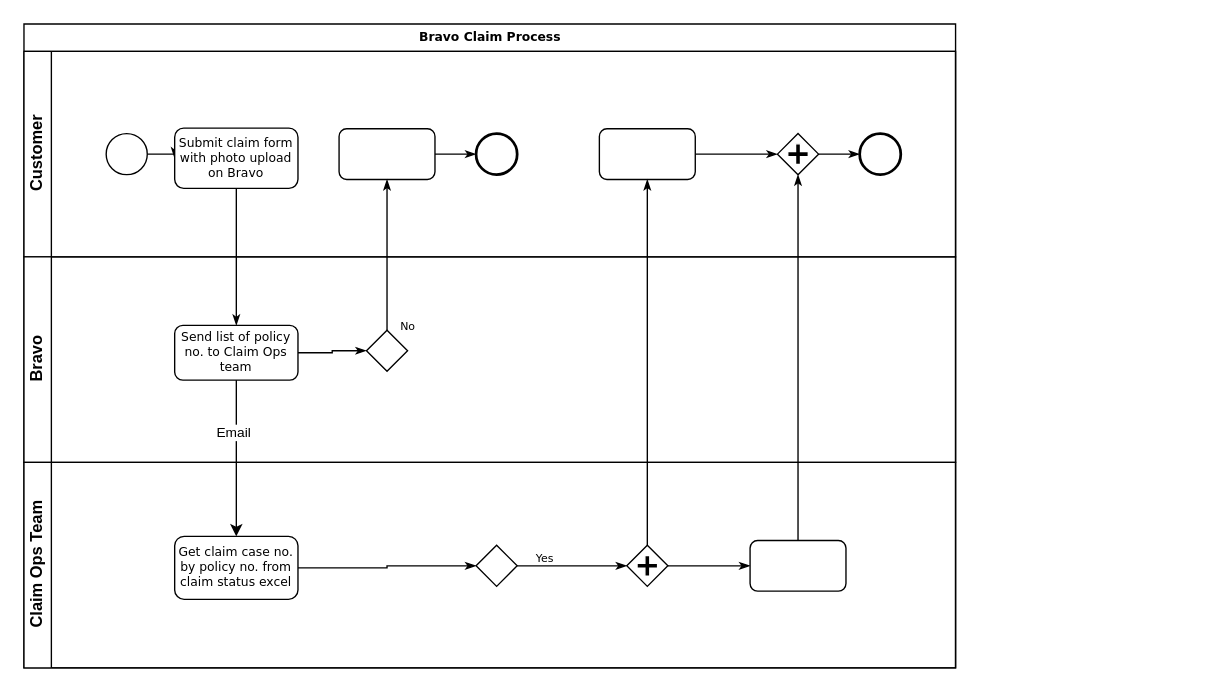
The draw.io diagram Bravo Claim Process.drawio in whalebig27/change-request-process-diagram, before the edit. Source tidied: cells renumbered, new cells numbered last; positions are measured from the earlier drawing's top-left corner, leaving out a move shared by most shapes. Both pictures are drawn from the tidied source at 137%, with x=0, y=0 at pixel (23, 23).
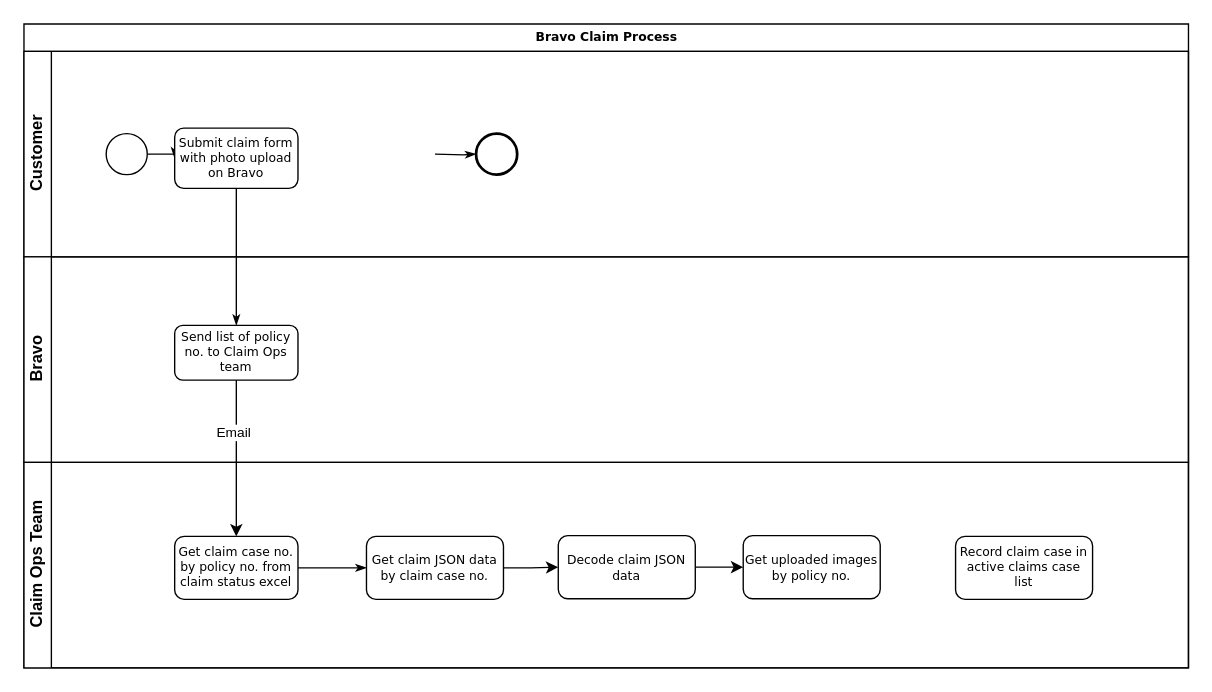
The same page after the edit.

Unchanged cells that the change refers to:
```xml
<mxCell id="9" style="ellipse;whiteSpace=wrap;html=1;rounded=0;shadow=0;labelBackgroundColor=none;strokeColor=#000000;strokeWidth=2;fillColor=#ffffff;fontFamily=Verdana;fontSize=8;fontColor=#000000;align=center;" parent="3" vertex="1">
  <mxGeometry x="330" y="60" width="30" height="30" as="geometry" />
</mxCell>
<mxCell id="17" value="Send list of policy no. to Claim Ops team" style="rounded=1;whiteSpace=wrap;html=1;shadow=0;labelBackgroundColor=none;strokeColor=#000000;strokeWidth=1;fillColor=#ffffff;fontFamily=Verdana;fontSize=9;fontColor=#000000;align=center;" parent="15" vertex="1">
  <mxGeometry x="110" y="50" width="90" height="40" as="geometry" />
</mxCell>
<mxCell id="21" value="Get claim case no. by policy no. from claim status excel" style="rounded=1;whiteSpace=wrap;html=1;shadow=0;labelBackgroundColor=none;strokeColor=#000000;strokeWidth=1;fillColor=#ffffff;fontFamily=Verdana;fontSize=9;fontColor=#000000;align=center;" parent="19" vertex="1">
  <mxGeometry x="110" y="54" width="90" height="46" as="geometry" />
</mxCell>
```

Change to the diagram source:
```diff
@@
     <mxCell id="2" value="Bravo Claim Process" style="swimlane;html=1;horizontal=1;startSize=20;rounded=0;shadow=0;labelBackgroundColor=none;strokeColor=#000000;strokeWidth=1;fillColor=#ffffff;fontFamily=Verdana;fontSize=9;fontColor=#000000;align=center;" parent="1" vertex="1">
-      <mxGeometry width="680" height="470" as="geometry" />
+      <mxGeometry width="850" height="470" as="geometry" />
     </mxCell>
     <mxCell id="3" value="Customer" style="swimlane;html=1;startSize=20;horizontal=0;" parent="2" vertex="1">
-      <mxGeometry y="20" width="680" height="150" as="geometry" />
+      <mxGeometry y="20" width="850" height="150" as="geometry" />
     </mxCell>
@@
-    <mxCell id="7" style="edgeStyle=orthogonalEdgeStyle;rounded=0;html=1;labelBackgroundColor=none;startArrow=none;startFill=0;startSize=5;endArrow=classicThin;endFill=1;endSize=5;jettySize=auto;strokeColor=#000000;strokeWidth=1;fontFamily=Verdana;fontSize=8;fontColor=#000000;" parent="3" edge="1" source="8" target="9">
-      <mxGeometry relative="1" as="geometry" />
+    <mxCell id="7" style="edgeStyle=orthogonalEdgeStyle;rounded=0;html=1;labelBackgroundColor=none;startArrow=none;startFill=0;startSize=5;endArrow=classicThin;endFill=1;endSize=5;jettySize=auto;strokeColor=#000000;strokeWidth=1;fontFamily=Verdana;fontSize=8;fontColor=#000000;" parent="3" edge="1" target="9">
+      <mxGeometry relative="1" as="geometry">
+        <mxPoint x="300" y="75" as="sourcePoint" />
+      </mxGeometry>
     </mxCell>
-    <mxCell id="8" style="rounded=1;whiteSpace=wrap;html=1;shadow=0;labelBackgroundColor=none;strokeColor=#000000;strokeWidth=1;fillColor=#ffffff;fontFamily=Verdana;fontSize=8;fontColor=#000000;align=center;" parent="3" vertex="1">
-      <mxGeometry x="230" y="56.5" width="70" height="37" as="geometry" />
-    </mxCell>
@@
-    <mxCell id="10" style="edgeStyle=orthogonalEdgeStyle;rounded=0;html=1;entryX=0;entryY=0.5;labelBackgroundColor=none;startArrow=none;startFill=0;startSize=5;endArrow=classicThin;endFill=1;endSize=5;jettySize=auto;strokeColor=#000000;strokeWidth=1;fontFamily=Verdana;fontSize=8;fontColor=#000000;" parent="3" edge="1" source="11" target="13">
-      <mxGeometry relative="1" as="geometry" />
-    </mxCell>
-    <mxCell id="11" style="rounded=1;whiteSpace=wrap;html=1;shadow=0;labelBackgroundColor=none;strokeColor=#000000;strokeWidth=1;fillColor=#ffffff;fontFamily=Verdana;fontSize=8;fontColor=#000000;align=center;" parent="3" vertex="1">
-      <mxGeometry x="420" y="56.5" width="70" height="37" as="geometry" />
-    </mxCell>
-    <mxCell id="12" style="edgeStyle=orthogonalEdgeStyle;rounded=0;html=1;labelBackgroundColor=none;startArrow=none;startFill=0;startSize=5;endArrow=classicThin;endFill=1;endSize=5;jettySize=auto;strokeColor=#000000;strokeWidth=1;fontFamily=Verdana;fontSize=8;fontColor=#000000;" parent="3" edge="1" source="13" target="14">
-      <mxGeometry relative="1" as="geometry" />
-    </mxCell>
-    <mxCell id="13" style="shape=mxgraph.bpmn.shape;html=1;verticalLabelPosition=bottom;labelBackgroundColor=#ffffff;verticalAlign=top;perimeter=rhombusPerimeter;background=gateway;outline=none;symbol=parallelGw;rounded=1;shadow=0;strokeColor=#000000;strokeWidth=1;fillColor=#ffffff;fontFamily=Verdana;fontSize=8;fontColor=#000000;align=center;" parent="3" vertex="1">
-      <mxGeometry x="550" y="60" width="30" height="30" as="geometry" />
-    </mxCell>
-    <mxCell id="14" style="ellipse;whiteSpace=wrap;html=1;rounded=0;shadow=0;labelBackgroundColor=none;strokeColor=#000000;strokeWidth=2;fillColor=#ffffff;fontFamily=Verdana;fontSize=8;fontColor=#000000;align=center;" parent="3" vertex="1">
-      <mxGeometry x="610" y="60" width="30" height="30" as="geometry" />
-    </mxCell>
     <mxCell id="15" value="Bravo" style="swimlane;html=1;startSize=20;horizontal=0;" parent="2" vertex="1">
-      <mxGeometry y="170" width="680" height="150" as="geometry" />
+      <mxGeometry y="170" width="850" height="150" as="geometry" />
     </mxCell>
-    <mxCell id="16" style="edgeStyle=orthogonalEdgeStyle;rounded=0;html=1;labelBackgroundColor=none;startArrow=none;startFill=0;startSize=5;endArrow=classicThin;endFill=1;endSize=5;jettySize=auto;strokeColor=#000000;strokeWidth=1;fontFamily=Verdana;fontSize=8;fontColor=#000000;" parent="15" edge="1" source="17" target="18">
-      <mxGeometry relative="1" as="geometry" />
-    </mxCell>
@@
-    <mxCell id="18" style="strokeWidth=1;html=1;shape=mxgraph.flowchart.decision;whiteSpace=wrap;rounded=1;shadow=0;labelBackgroundColor=none;fillColor=#ffffff;fontFamily=Verdana;fontSize=8;fontColor=#000000;align=center;" parent="15" vertex="1">
-      <mxGeometry x="250" y="53.5" width="30" height="30" as="geometry" />
-    </mxCell>
     <mxCell id="19" value="Claim Ops Team" style="swimlane;html=1;startSize=20;horizontal=0;" parent="2" vertex="1">
-      <mxGeometry y="320" width="680" height="150" as="geometry" />
+      <mxGeometry y="320" width="850" height="150" as="geometry" />
     </mxCell>
-    <mxCell id="20" style="edgeStyle=orthogonalEdgeStyle;rounded=0;html=1;labelBackgroundColor=none;startArrow=none;startFill=0;startSize=5;endArrow=classicThin;endFill=1;endSize=5;jettySize=auto;strokeColor=#000000;strokeWidth=1;fontFamily=Verdana;fontSize=8;fontColor=#000000;" parent="19" edge="1" source="21" target="23">
-      <mxGeometry relative="1" as="geometry" />
-    </mxCell>
@@
-    <mxCell id="22" value="Yes" style="edgeStyle=orthogonalEdgeStyle;rounded=0;html=1;entryX=0;entryY=0.5;labelBackgroundColor=none;startArrow=none;startFill=0;startSize=5;endArrow=classicThin;endFill=1;endSize=5;jettySize=auto;strokeColor=#000000;strokeWidth=1;fontFamily=Verdana;fontSize=8;fontColor=#000000;" parent="19" edge="1" source="23" target="25">
-      <mxGeometry x="-0.5" y="6" relative="1" as="geometry" />
-    </mxCell>
-    <mxCell id="23" style="strokeWidth=1;html=1;shape=mxgraph.flowchart.decision;whiteSpace=wrap;rounded=1;shadow=0;labelBackgroundColor=none;fillColor=#ffffff;fontFamily=Verdana;fontSize=8;fontColor=#000000;align=center;" parent="19" vertex="1">
-      <mxGeometry x="330" y="60.5" width="30" height="30" as="geometry" />
-    </mxCell>
-    <mxCell id="24" style="edgeStyle=orthogonalEdgeStyle;rounded=0;html=1;labelBackgroundColor=none;startArrow=none;startFill=0;startSize=5;endArrow=classicThin;endFill=1;endSize=5;jettySize=auto;strokeColor=#000000;strokeWidth=1;fontFamily=Verdana;fontSize=8;fontColor=#000000;" parent="19" edge="1" source="25" target="26">
-      <mxGeometry relative="1" as="geometry" />
-    </mxCell>
-    <mxCell id="25" style="shape=mxgraph.bpmn.shape;html=1;verticalLabelPosition=bottom;labelBackgroundColor=#ffffff;verticalAlign=top;perimeter=rhombusPerimeter;background=gateway;outline=none;symbol=parallelGw;rounded=1;shadow=0;strokeColor=#000000;strokeWidth=1;fillColor=#ffffff;fontFamily=Verdana;fontSize=8;fontColor=#000000;align=center;" parent="19" vertex="1">
-      <mxGeometry x="440" y="60.5" width="30" height="30" as="geometry" />
-    </mxCell>
-    <mxCell id="26" style="rounded=1;whiteSpace=wrap;html=1;shadow=0;labelBackgroundColor=none;strokeColor=#000000;strokeWidth=1;fillColor=#ffffff;fontFamily=Verdana;fontSize=8;fontColor=#000000;align=center;" parent="19" vertex="1">
-      <mxGeometry x="530" y="57" width="70" height="37" as="geometry" />
-    </mxCell>
+    <mxCell id="33" style="edgeStyle=orthogonalEdgeStyle;rounded=0;jettySize=auto;html=1;fontSize=9;" parent="19" edge="1" source="34" target="37">
+      <mxGeometry relative="1" as="geometry" />
+    </mxCell>
+    <mxCell id="34" value="Get claim JSON data by claim case no." style="rounded=1;whiteSpace=wrap;html=1;shadow=0;labelBackgroundColor=none;strokeColor=#000000;strokeWidth=1;fillColor=#ffffff;fontFamily=Verdana;fontSize=9;fontColor=#000000;align=center;" parent="19" vertex="1">
+      <mxGeometry x="250" y="54" width="100" height="46" as="geometry" />
+    </mxCell>
+    <mxCell id="35" style="edgeStyle=orthogonalEdgeStyle;rounded=0;html=1;labelBackgroundColor=none;startArrow=none;startFill=0;startSize=5;endArrow=classicThin;endFill=1;endSize=5;jettySize=auto;strokeColor=#000000;strokeWidth=1;fontFamily=Verdana;fontSize=8;fontColor=#000000;" parent="19" edge="1" source="21" target="34">
+      <mxGeometry relative="1" as="geometry" />
+    </mxCell>
+    <mxCell id="36" style="edgeStyle=orthogonalEdgeStyle;rounded=0;jettySize=auto;html=1;entryX=0;entryY=0.5;entryDx=0;entryDy=0;fontSize=9;" parent="19" edge="1" source="37" target="38">
+      <mxGeometry relative="1" as="geometry" />
+    </mxCell>
+    <mxCell id="37" value="Decode claim JSON data" style="rounded=1;whiteSpace=wrap;html=1;shadow=0;labelBackgroundColor=none;strokeColor=#000000;strokeWidth=1;fillColor=#ffffff;fontFamily=Verdana;fontSize=9;fontColor=#000000;align=center;" parent="19" vertex="1">
+      <mxGeometry x="390" y="53.5" width="100" height="46" as="geometry" />
+    </mxCell>
+    <mxCell id="38" value="Get uploaded images by policy no." style="rounded=1;whiteSpace=wrap;html=1;shadow=0;labelBackgroundColor=none;strokeColor=#000000;strokeWidth=1;fillColor=#ffffff;fontFamily=Verdana;fontSize=9;fontColor=#000000;align=center;" parent="19" vertex="1">
+      <mxGeometry x="525" y="53.5" width="100" height="46" as="geometry" />
+    </mxCell>
+    <mxCell id="39" value="Record claim case in active claims case list" style="rounded=1;whiteSpace=wrap;html=1;shadow=0;labelBackgroundColor=none;strokeColor=#000000;strokeWidth=1;fillColor=#ffffff;fontFamily=Verdana;fontSize=9;fontColor=#000000;align=center;" parent="19" vertex="1">
+      <mxGeometry x="680" y="54" width="100" height="46" as="geometry" />
+    </mxCell>
@@
-    <mxCell id="28" value="No" style="edgeStyle=orthogonalEdgeStyle;rounded=0;html=1;labelBackgroundColor=none;startArrow=none;startFill=0;startSize=5;endArrow=classicThin;endFill=1;endSize=5;jettySize=auto;strokeColor=#000000;strokeWidth=1;fontFamily=Verdana;fontSize=8;fontColor=#000000;" parent="2" edge="1" source="18" target="8">
-      <mxGeometry x="-0.94" y="-15" relative="1" as="geometry" />
-    </mxCell>
-    <mxCell id="29" style="edgeStyle=orthogonalEdgeStyle;rounded=0;html=1;entryX=0.5;entryY=1;labelBackgroundColor=none;startArrow=none;startFill=0;startSize=5;endArrow=classicThin;endFill=1;endSize=5;jettySize=auto;strokeColor=#000000;strokeWidth=1;fontFamily=Verdana;fontSize=8;fontColor=#000000;" parent="2" edge="1" source="26" target="13">
-      <mxGeometry relative="1" as="geometry" />
-    </mxCell>
-    <mxCell id="30" style="edgeStyle=orthogonalEdgeStyle;rounded=0;html=1;labelBackgroundColor=none;startArrow=none;startFill=0;startSize=5;endArrow=classicThin;endFill=1;endSize=5;jettySize=auto;strokeColor=#000000;strokeWidth=1;fontFamily=Verdana;fontSize=8;fontColor=#000000;" parent="2" edge="1" source="25" target="11">
-      <mxGeometry relative="1" as="geometry" />
-    </mxCell>
```
